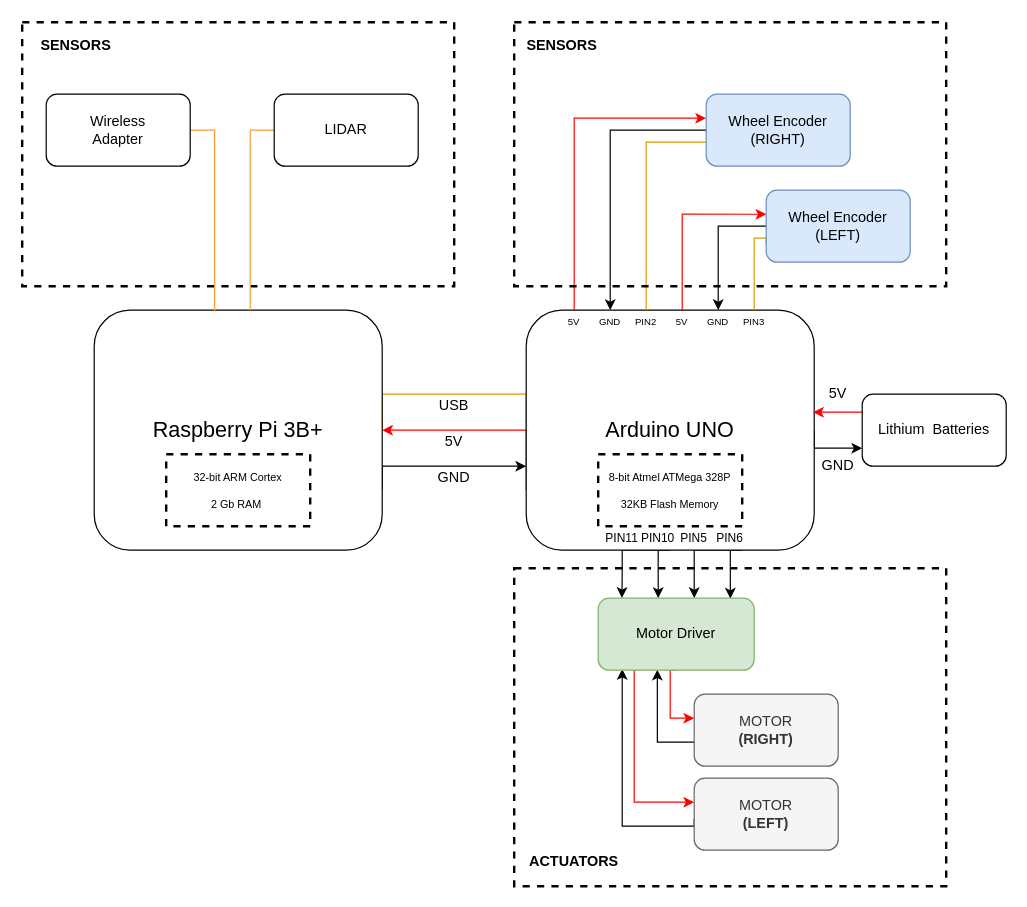
This is alex_electronic_architecture.drawio from domaxi/alex142, a draw.io file, before an edit. Source tidied: cells renumbered, new cells numbered last; positions are measured from the earlier drawing's top-left corner, leaving out a move shared by most shapes. Both pictures are drawn from the tidied source at 120%, with x=0, y=0 at pixel (22, 22).
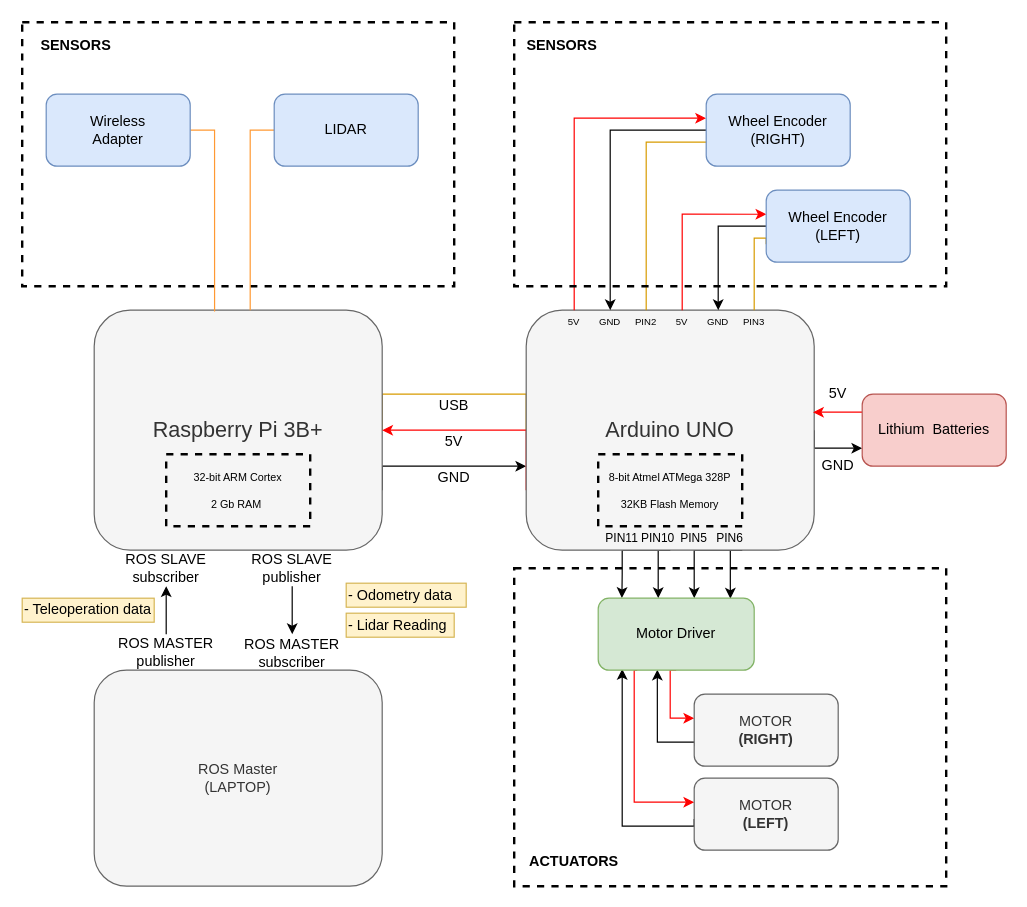
The same page after the edit.

What changed in the source:
```diff
@@
-    <mxCell id="6" value="Raspberry Pi 3B+" style="rounded=1;whiteSpace=wrap;html=1;fontSize=18;" parent="1" vertex="1">
+    <mxCell id="6" value="Raspberry Pi 3B+" style="rounded=1;whiteSpace=wrap;html=1;fontSize=18;fillColor=#f5f5f5;strokeColor=#666666;fontColor=#333333;" parent="1" vertex="1">
       <mxGeometry x="60" y="240" width="240" height="200" as="geometry" />
     </mxCell>
@@
-    <mxCell id="13" value="Arduino UNO" style="rounded=1;whiteSpace=wrap;html=1;fontSize=18;" parent="1" vertex="1">
+    <mxCell id="13" value="Arduino UNO" style="rounded=1;whiteSpace=wrap;html=1;fontSize=18;fillColor=#f5f5f5;strokeColor=#666666;fontColor=#333333;" parent="1" vertex="1">
       <mxGeometry x="420" y="240" width="240" height="200" as="geometry" />
     </mxCell>
@@
-    <mxCell id="23" value="LIDAR" style="rounded=1;whiteSpace=wrap;html=1;" parent="1" vertex="1">
+    <mxCell id="23" value="LIDAR" style="rounded=1;whiteSpace=wrap;html=1;fillColor=#dae8fc;strokeColor=#6c8ebf;" parent="1" vertex="1">
       <mxGeometry x="210" y="60" width="120" height="60" as="geometry" />
     </mxCell>
@@
-    <mxCell id="30" value="Wireless&lt;br&gt;Adapter" style="rounded=1;whiteSpace=wrap;html=1;" parent="1" vertex="1">
+    <mxCell id="30" value="Wireless&lt;br&gt;Adapter" style="rounded=1;whiteSpace=wrap;html=1;fillColor=#dae8fc;strokeColor=#6c8ebf;" parent="1" vertex="1">
       <mxGeometry x="20" y="60" width="120" height="60" as="geometry" />
     </mxCell>
@@
-    <mxCell id="47" value="&lt;font style=&quot;font-size: 12px&quot;&gt;Lithium &amp;nbsp;Batteries&lt;/font&gt;" style="rounded=1;whiteSpace=wrap;html=1;fontSize=8;" parent="1" vertex="1">
+    <mxCell id="47" value="&lt;font style=&quot;font-size: 12px&quot;&gt;Lithium &amp;nbsp;Batteries&lt;/font&gt;" style="rounded=1;whiteSpace=wrap;html=1;fontSize=8;fillColor=#f8cecc;strokeColor=#b85450;" parent="1" vertex="1">
       <mxGeometry x="700" y="310" width="120" height="60" as="geometry" />
     </mxCell>
@@
+    <mxCell id="56" value="ROS Master&lt;br&gt;(LAPTOP)" style="rounded=1;whiteSpace=wrap;html=1;fillColor=#f5f5f5;strokeColor=#666666;fontColor=#333333;" parent="1" vertex="1">
+      <mxGeometry x="60" y="540" width="240" height="180" as="geometry" />
+    </mxCell>
+    <mxCell id="57" value="- Odometry data" style="text;html=1;strokeColor=#d6b656;fillColor=#fff2cc;align=left;verticalAlign=middle;whiteSpace=wrap;rounded=0;" parent="1" vertex="1">
+      <mxGeometry x="270" y="467.5" width="100" height="20" as="geometry" />
+    </mxCell>
+    <mxCell id="58" value="- Lidar Reading" style="text;html=1;strokeColor=#d6b656;fillColor=#fff2cc;align=left;verticalAlign=middle;whiteSpace=wrap;rounded=0;" parent="1" vertex="1">
+      <mxGeometry x="270" y="492.5" width="90" height="20" as="geometry" />
+    </mxCell>
+    <mxCell id="59" style="endArrow=classic;html=1;exitX=0.5;exitY=0;exitDx=0;exitDy=0;entryX=0.5;entryY=1;entryDx=0;entryDy=0;" parent="1" edge="1" source="61" target="62">
+      <mxGeometry relative="1" as="geometry">
+        <Array as="points">
+          <mxPoint x="120" y="490" />
+        </Array>
+      </mxGeometry>
+    </mxCell>
+    <mxCell id="60" value="- Teleoperation data" style="text;html=1;strokeColor=#d6b656;fillColor=#fff2cc;align=left;verticalAlign=middle;whiteSpace=wrap;rounded=0;" parent="1" vertex="1">
+      <mxGeometry y="480" width="110" height="20" as="geometry" />
+    </mxCell>
+    <mxCell id="61" value="ROS MASTER&lt;br&gt;publisher" style="text;html=1;strokeColor=none;fillColor=none;align=center;verticalAlign=middle;whiteSpace=wrap;rounded=0;" parent="1" vertex="1">
+      <mxGeometry x="65" y="510" width="110" height="30" as="geometry" />
+    </mxCell>
+    <mxCell id="62" value="ROS SLAVE subscriber" style="text;html=1;strokeColor=none;fillColor=none;align=center;verticalAlign=middle;whiteSpace=wrap;rounded=0;" parent="1" vertex="1">
+      <mxGeometry x="65" y="440" width="110" height="30" as="geometry" />
+    </mxCell>
+    <mxCell id="63" value="ROS SLAVE&lt;br&gt;publisher" style="text;html=1;strokeColor=none;fillColor=none;align=center;verticalAlign=middle;whiteSpace=wrap;rounded=0;" parent="1" vertex="1">
+      <mxGeometry x="170" y="440" width="110" height="30" as="geometry" />
+    </mxCell>
+    <mxCell id="64" value="ROS MASTER subscriber" style="text;html=1;strokeColor=none;fillColor=none;align=center;verticalAlign=middle;whiteSpace=wrap;rounded=0;" parent="1" vertex="1">
+      <mxGeometry x="170" y="525" width="110" as="geometry" />
+    </mxCell>
+    <mxCell id="65" style="endArrow=classic;html=1;exitX=0.5;exitY=1;exitDx=0;exitDy=0;" parent="1" edge="1" source="63">
+      <mxGeometry relative="1" as="geometry">
+        <mxPoint x="225" y="510" as="targetPoint" />
+      </mxGeometry>
+    </mxCell>
```
